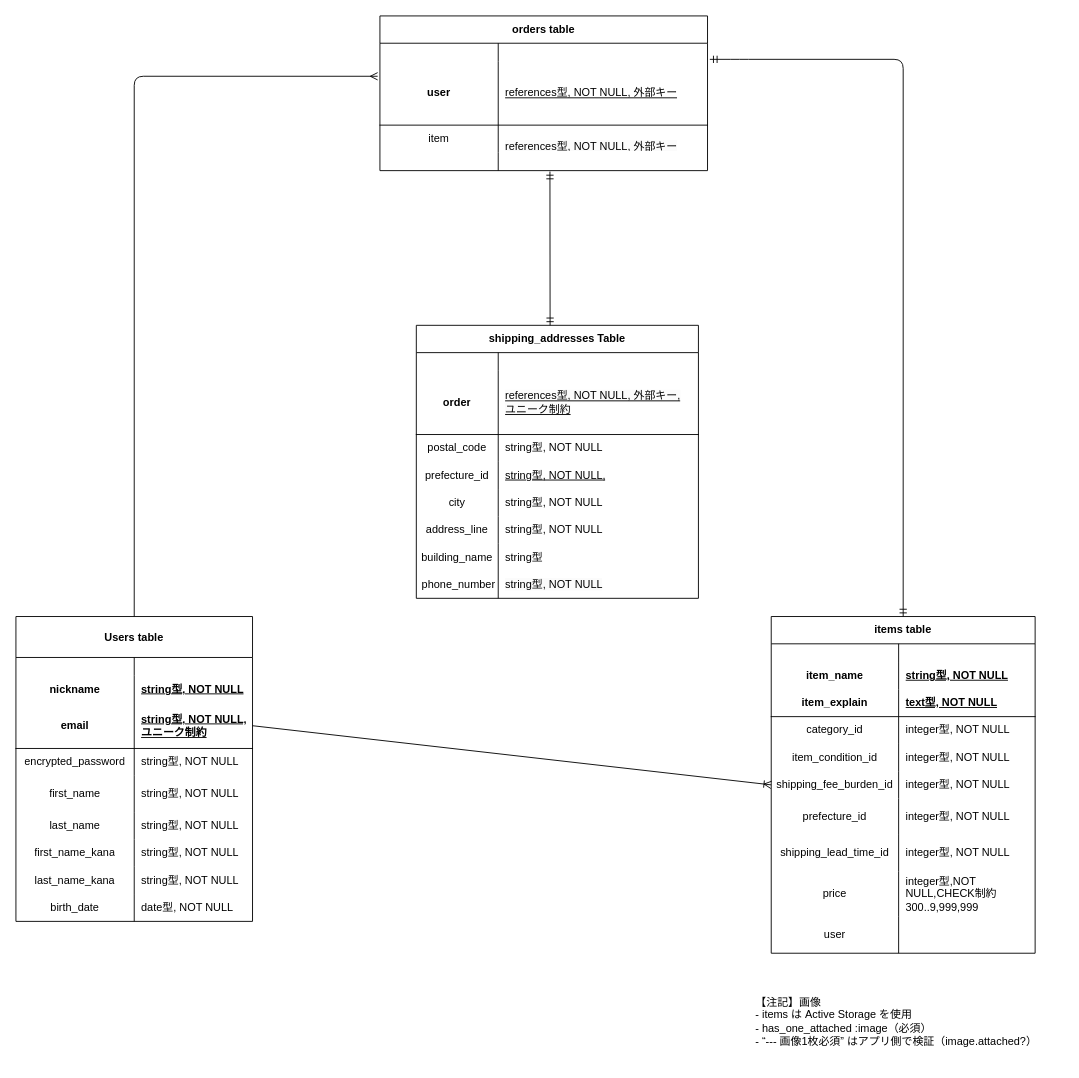
This is page "ページ1" (1 of 2) of furima.dio from ryuta-takayama/furima-42608, a draw.io file, before an edit. Source tidied: cells renumbered, new cells numbered last; positions are measured from the earlier drawing's top-left corner, leaving out a move shared by most shapes. Both pictures are drawn from the tidied source at 91%, with x=0, y=0 at pixel (15, 15).
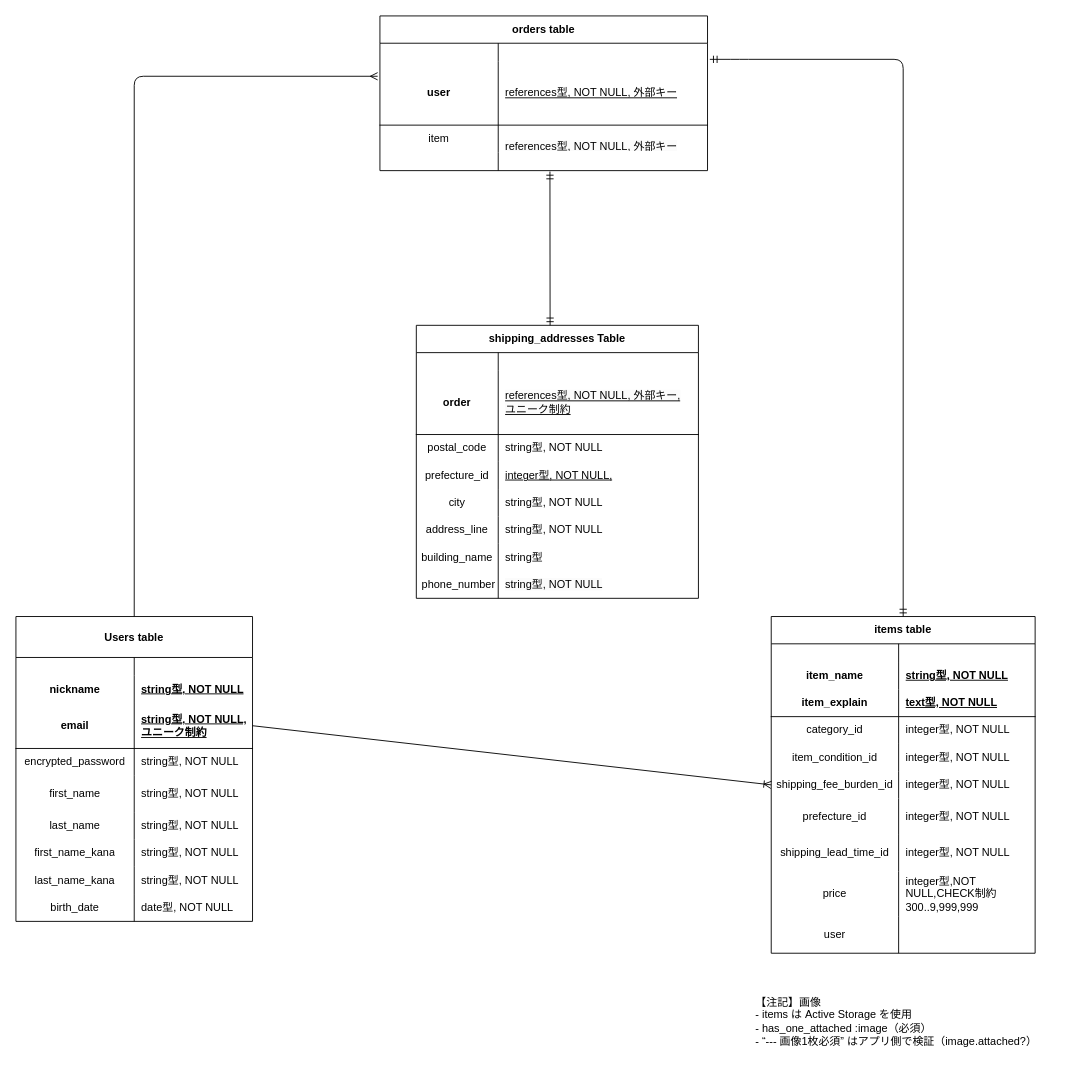
Above is the later version.

Commit message (it also covers changes not shown here):
ER図作成およびREADME設計ver4

The change refers to these unchanged cells:
```xml
<mxCell id="85" style="shape=tableRow;horizontal=0;startSize=0;swimlaneHead=0;swimlaneBody=0;fillColor=none;top=0;left=0;right=0;bottom=0;html=1;" parent="75" vertex="1">
  <mxGeometry y="150" width="310" height="30" as="geometry" />
</mxCell>
```

The edit, as a diff of the source:
```diff
@@
-    <mxCell id="87" value="&lt;span style=&quot;color: rgb(0, 0, 0); text-decoration-line: underline;&quot;&gt;string型, NOT NULL,&lt;/span&gt;" style="shape=partialRectangle;fillColor=none;top=0;left=0;bottom=0;right=0;align=left;spacingLeft=6;overflow=hidden;html=1;whiteSpace=wrap;" parent="85" vertex="1">
+    <mxCell id="87" value="&lt;span style=&quot;color: rgb(0, 0, 0); text-decoration-line: underline;&quot;&gt;integer型, NOT NULL,&lt;/span&gt;" style="shape=partialRectangle;fillColor=none;top=0;left=0;bottom=0;right=0;align=left;spacingLeft=6;overflow=hidden;html=1;whiteSpace=wrap;" parent="85" vertex="1">
       <mxGeometry x="90" width="220" height="30" as="geometry" />
     </mxCell>
```
